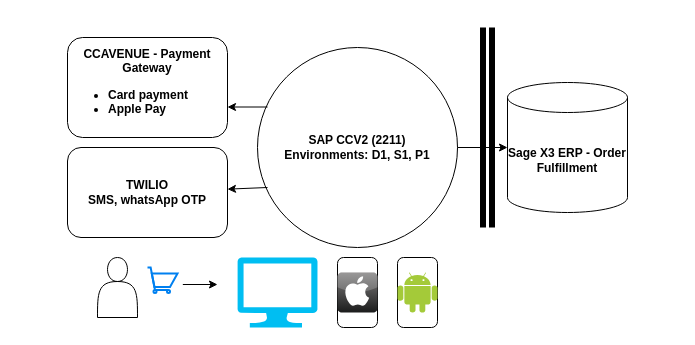
Before: ecommerceArch.drawio in vipinrvarghese/drawio, a draw.io diagram. Source tidied: cells renumbered, new cells numbered last; positions are measured from the earlier drawing's top-left corner, leaving out a move shared by most shapes. Both pictures are drawn from the tidied source at 100%, with x=0, y=0 at pixel (67, 27).
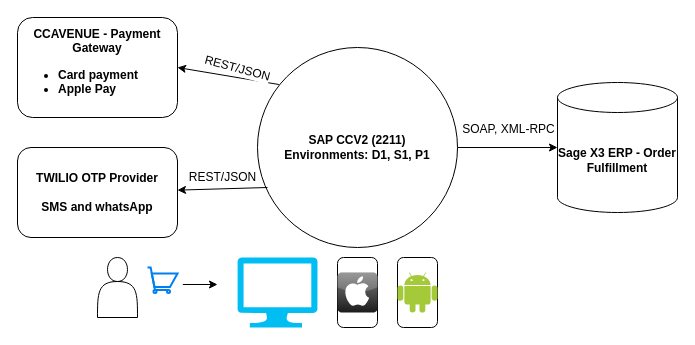
Above is the later version.

The change refers to these unchanged cells:
```xml
<mxCell id="2" value="&lt;b&gt;SAP CCV2 (2211)&lt;br&gt;Environments: D1, S1, P1&lt;/b&gt;" style="ellipse;whiteSpace=wrap;html=1;" parent="1" vertex="1">
  <mxGeometry x="190" y="20" width="200" height="200" as="geometry" />
</mxCell>
```

Diff of the diagram source:
```diff
@@
     <mxCell id="3" value="&lt;b&gt;CCAVENUE - Payment Gateway&lt;br&gt;&lt;ul&gt;&lt;li style=&quot;text-align: left;&quot;&gt;&lt;b style=&quot;background-color: initial;&quot;&gt;Card payment&lt;/b&gt;&lt;/li&gt;&lt;li style=&quot;text-align: left;&quot;&gt;&lt;b style=&quot;background-color: initial;&quot;&gt;Apple Pay&lt;/b&gt;&lt;/li&gt;&lt;/ul&gt;&lt;/b&gt;" style="rounded=1;whiteSpace=wrap;html=1;" parent="1" vertex="1">
-      <mxGeometry y="10" width="160" height="100" as="geometry" />
+      <mxGeometry x="-50" y="-10" width="160" height="100" as="geometry" />
     </mxCell>
@@
-    <mxCell id="5" value="&lt;b&gt;TWILIO&lt;br&gt;SMS, whatsApp OTP&lt;/b&gt;" style="rounded=1;whiteSpace=wrap;html=1;" parent="1" vertex="1">
-      <mxGeometry y="120" width="160" height="90" as="geometry" />
+    <mxCell id="5" value="&lt;b&gt;TWILIO OTP Provider&lt;br&gt;&lt;br&gt;SMS and whatsApp&lt;/b&gt;" style="rounded=1;whiteSpace=wrap;html=1;" parent="1" vertex="1">
+      <mxGeometry x="-50" y="120" width="160" height="90" as="geometry" />
     </mxCell>
     <mxCell id="6" value="&lt;b&gt;Sage X3 ERP - Order Fulfillment&lt;/b&gt;" style="shape=cylinder3;whiteSpace=wrap;html=1;boundedLbl=1;backgroundOutline=1;size=15;" parent="1" vertex="1">
-      <mxGeometry x="440" y="55" width="120" height="130" as="geometry" />
+      <mxGeometry x="490" y="55" width="120" height="130" as="geometry" />
     </mxCell>
@@
-    <mxCell id="11" style="shape=link;html=1;rounded=0;shadow=0;strokeColor=default;strokeWidth=6;" parent="1" edge="1">
-      <mxGeometry relative="1" as="geometry">
-        <mxPoint x="420" as="sourcePoint" />
-        <mxPoint x="420" y="200" as="targetPoint" />
-      </mxGeometry>
-    </mxCell>
@@
-    <mxCell id="13" style="endArrow=classic;html=1;rounded=0;" parent="1" edge="1">
-      <mxGeometry relative="1" as="geometry">
-        <mxPoint x="200" y="79.5" as="sourcePoint" />
-        <mxPoint x="160" y="79.5" as="targetPoint" />
-      </mxGeometry>
+    <mxCell id="13" style="endArrow=classic;html=1;rounded=0;entryX=1;entryY=0.5;entryDx=0;entryDy=0;exitX=0.107;exitY=0.185;exitDx=0;exitDy=0;exitPerimeter=0;" parent="1" edge="1" source="2" target="3">
+      <mxGeometry relative="1" as="geometry" />
     </mxCell>
+    <mxCell id="18" value="&lt;font style=&quot;font-size: 12px;&quot;&gt;REST/JSON&lt;/font&gt;" style="edgeLabel;html=1;align=center;verticalAlign=middle;rotation=15;" parent="13" vertex="1">
+      <mxGeometry x="-0.33" y="-5" relative="1" as="geometry">
+        <mxPoint x="-9" y="-6" as="offset" />
+      </mxGeometry>
+    </mxCell>
@@
+    <mxCell id="19" value="&lt;font style=&quot;font-size: 12px;&quot;&gt;REST/JSON&lt;/font&gt;" style="edgeLabel;html=1;align=center;verticalAlign=middle;" parent="1" vertex="1">
+      <mxGeometry x="140" y="140" as="geometry">
+        <mxPoint x="14" y="9" as="offset" />
+      </mxGeometry>
+    </mxCell>
+    <mxCell id="20" value="&lt;font style=&quot;font-size: 12px;&quot;&gt;SOAP, XML-RPC&lt;/font&gt;" style="edgeLabel;html=1;align=center;verticalAlign=middle;" parent="1" vertex="1">
+      <mxGeometry x="440" y="110" as="geometry">
+        <mxPoint y="-9" as="offset" />
+      </mxGeometry>
+    </mxCell>
```
